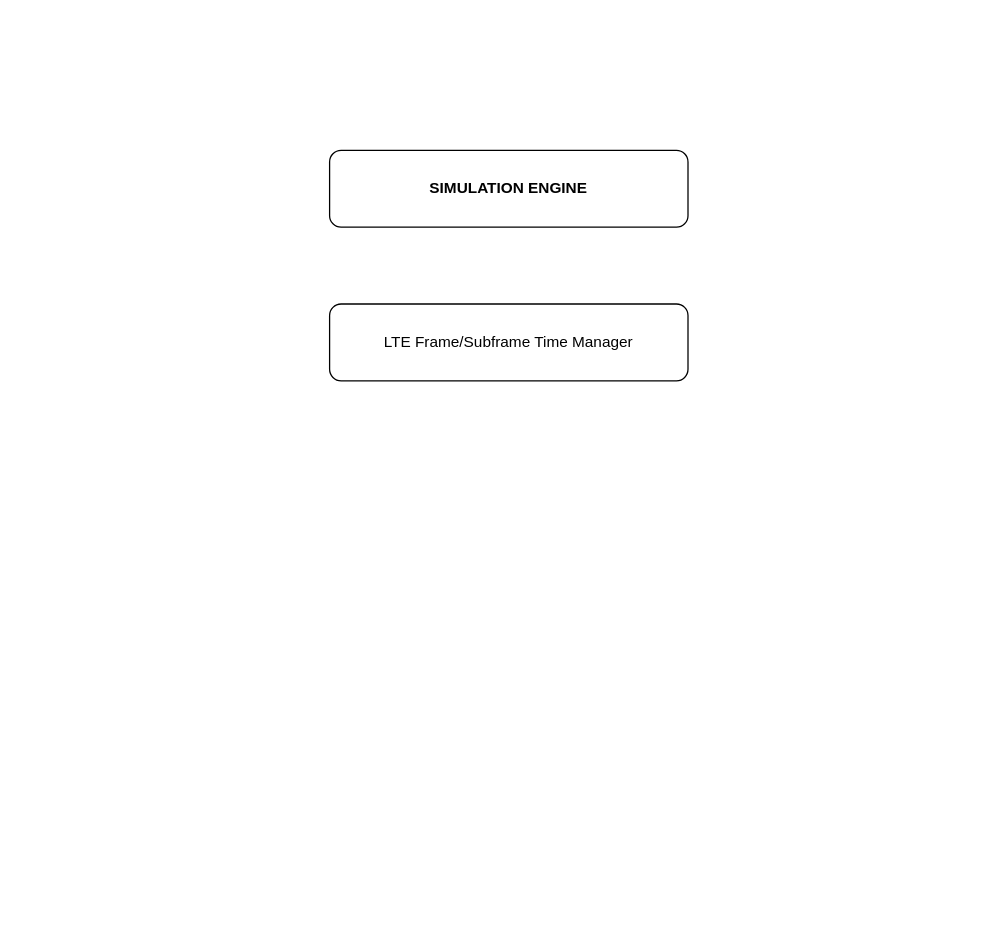
Above: Untitled Diagram.drawio in Graduation-Project-VHT/Diagrams (draw.io), before the change. Source tidied: cells renumbered, new cells numbered last; positions are measured from the earlier drawing's top-left corner, leaving out a move shared by most shapes. Both pictures are drawn from the tidied source at 128%, with x=0, y=0 at pixel (329, 150).
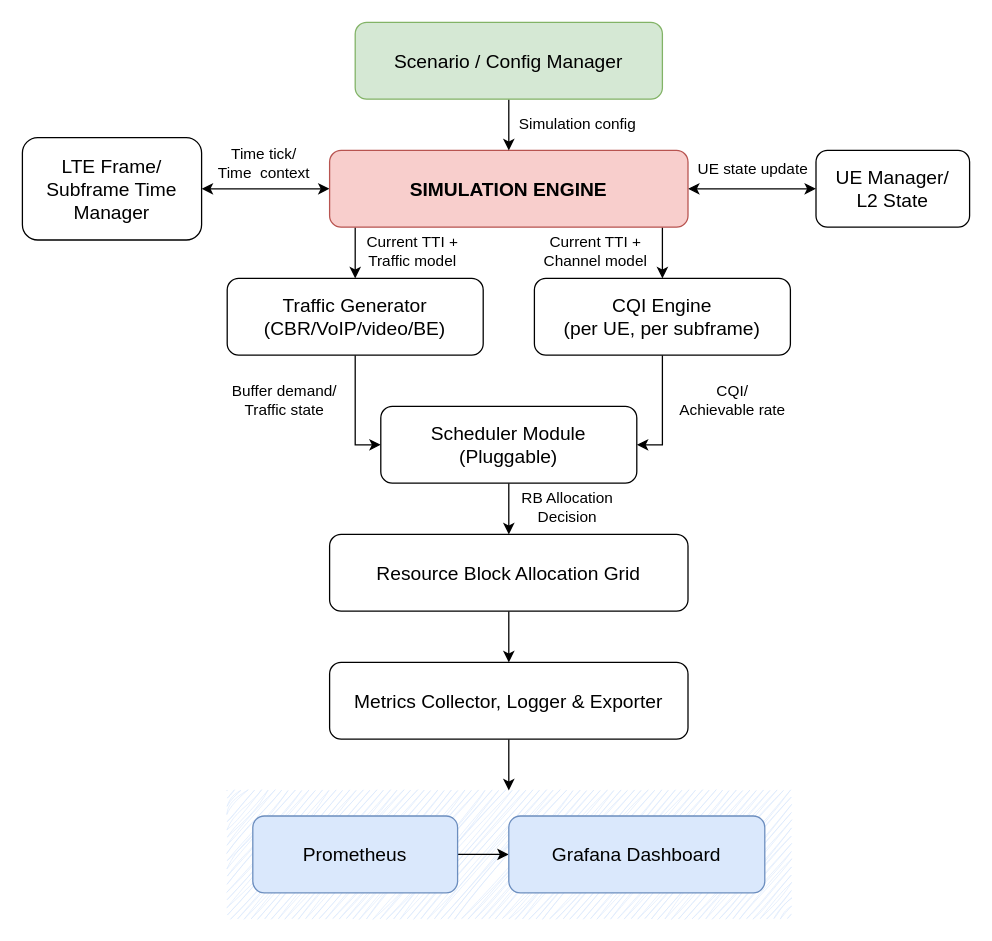
The same page after the edit.

What changed in the source:
```diff
@@
+    <mxCell id="4" style="rounded=0;whiteSpace=wrap;html=1;fillColor=#dae8fc;strokeColor=none;gradientColor=none;glass=0;sketch=1;curveFitting=1;jiggle=2;" parent="1" vertex="1">
+      <mxGeometry x="-80" y="500" width="440" height="100" as="geometry" />
+    </mxCell>
+    <mxCell id="5" style="edgeStyle=orthogonalEdgeStyle;rounded=0;jettySize=auto;html=1;startArrow=classic;startFill=1;" parent="1" edge="1" source="2" target="3">
+      <mxGeometry relative="1" as="geometry" />
+    </mxCell>
+    <mxCell id="6" style="edgeStyle=orthogonalEdgeStyle;rounded=0;jettySize=auto;html=1;startArrow=classic;startFill=1;" parent="1" edge="1" source="2" target="9">
+      <mxGeometry relative="1" as="geometry" />
+    </mxCell>
+    <mxCell id="7" style="edgeStyle=orthogonalEdgeStyle;rounded=0;jettySize=auto;html=1;entryX=0.5;entryY=0;entryDx=0;entryDy=0;" parent="1" edge="1" source="2" target="11">
+      <mxGeometry relative="1" as="geometry">
+        <Array as="points">
+          <mxPoint x="20" y="80" />
+          <mxPoint x="20" y="80" />
+        </Array>
+      </mxGeometry>
+    </mxCell>
+    <mxCell id="8" style="edgeStyle=orthogonalEdgeStyle;rounded=0;jettySize=auto;html=1;entryX=0.5;entryY=0;entryDx=0;entryDy=0;" parent="1" edge="1" source="2" target="13">
+      <mxGeometry relative="1" as="geometry">
+        <Array as="points">
+          <mxPoint x="260" y="70" />
+          <mxPoint x="260" y="70" />
+        </Array>
+      </mxGeometry>
+    </mxCell>
-    <mxCell id="2" value="&lt;b&gt;SIMULATION ENGINE&lt;/b&gt;" style="rounded=1;whiteSpace=wrap;html=1;" parent="1" vertex="1">
+    <mxCell id="2" value="&lt;b&gt;SIMULATION ENGINE&lt;/b&gt;" style="rounded=1;whiteSpace=wrap;html=1;fontSize=15;fillColor=#f8cecc;strokeColor=#b85450;" parent="1" vertex="1">
       <mxGeometry width="280" height="60" as="geometry" />
     </mxCell>
-    <mxCell id="3" value="LTE Frame/Subframe Time Manager" style="rounded=1;whiteSpace=wrap;html=1;" parent="1" vertex="1">
-      <mxGeometry y="120" width="280" height="60" as="geometry" />
+    <mxCell id="3" value="LTE Frame/&lt;br&gt;Subframe Time Manager" style="rounded=1;whiteSpace=wrap;html=1;fontSize=15;" parent="1" vertex="1">
+      <mxGeometry x="-240" y="-10" width="140" height="80" as="geometry" />
     </mxCell>
+    <mxCell id="9" value="UE Manager/&lt;div&gt;L2 State&lt;/div&gt;" style="rounded=1;whiteSpace=wrap;html=1;fontSize=15;" parent="1" vertex="1">
+      <mxGeometry x="380" width="120" height="60" as="geometry" />
+    </mxCell>
+    <mxCell id="10" style="edgeStyle=orthogonalEdgeStyle;rounded=0;jettySize=auto;html=1;entryX=0;entryY=0.5;entryDx=0;entryDy=0;" parent="1" edge="1" source="11" target="15">
+      <mxGeometry relative="1" as="geometry" />
+    </mxCell>
+    <mxCell id="11" value="Traffic Generator&lt;br&gt;(CBR/VoIP/video/BE)" style="rounded=1;whiteSpace=wrap;html=1;fontSize=15;" parent="1" vertex="1">
+      <mxGeometry x="-80" y="100" width="200" height="60" as="geometry" />
+    </mxCell>
+    <mxCell id="12" style="edgeStyle=orthogonalEdgeStyle;rounded=0;jettySize=auto;html=1;entryX=1;entryY=0.5;entryDx=0;entryDy=0;" parent="1" edge="1" source="13" target="15">
+      <mxGeometry relative="1" as="geometry" />
+    </mxCell>
+    <mxCell id="13" value="CQI Engine&lt;br&gt;(per UE, per subframe)" style="rounded=1;whiteSpace=wrap;html=1;fontSize=15;" parent="1" vertex="1">
+      <mxGeometry x="160" y="100" width="200" height="60" as="geometry" />
+    </mxCell>
+    <mxCell id="14" style="edgeStyle=orthogonalEdgeStyle;rounded=0;jettySize=auto;html=1;" parent="1" edge="1" source="15" target="17">
+      <mxGeometry relative="1" as="geometry" />
+    </mxCell>
+    <mxCell id="15" value="Scheduler Module&lt;br&gt;(Pluggable)" style="rounded=1;whiteSpace=wrap;html=1;fontSize=15;" parent="1" vertex="1">
+      <mxGeometry x="40" y="200" width="200" height="60" as="geometry" />
+    </mxCell>
+    <mxCell id="16" style="edgeStyle=orthogonalEdgeStyle;rounded=0;jettySize=auto;html=1;" parent="1" edge="1" source="17" target="19">
+      <mxGeometry relative="1" as="geometry" />
+    </mxCell>
+    <mxCell id="17" value="Resource Block Allocation Grid" style="rounded=1;whiteSpace=wrap;html=1;fontSize=15;" parent="1" vertex="1">
+      <mxGeometry y="300" width="280" height="60" as="geometry" />
+    </mxCell>
+    <mxCell id="18" style="edgeStyle=orthogonalEdgeStyle;rounded=0;jettySize=auto;html=1;entryX=0.5;entryY=0;entryDx=0;entryDy=0;" parent="1" edge="1" source="19" target="4">
+      <mxGeometry relative="1" as="geometry" />
+    </mxCell>
+    <mxCell id="19" value="Metrics Collector, Logger &amp;amp; Exporter" style="rounded=1;whiteSpace=wrap;html=1;fontSize=15;" parent="1" vertex="1">
+      <mxGeometry y="400" width="280" height="60" as="geometry" />
+    </mxCell>
+    <mxCell id="20" style="edgeStyle=orthogonalEdgeStyle;rounded=0;jettySize=auto;html=1;entryX=0;entryY=0.5;entryDx=0;entryDy=0;" parent="1" edge="1" source="21" target="22">
+      <mxGeometry relative="1" as="geometry" />
+    </mxCell>
+    <mxCell id="21" value="Prometheus" style="rounded=1;whiteSpace=wrap;html=1;fontSize=15;fillColor=#dae8fc;strokeColor=#6c8ebf;" parent="1" vertex="1">
+      <mxGeometry x="-60" y="520" width="160" height="60" as="geometry" />
+    </mxCell>
+    <mxCell id="22" value="Grafana Dashboard" style="rounded=1;whiteSpace=wrap;html=1;fontSize=15;fillColor=#dae8fc;strokeColor=#6c8ebf;" parent="1" vertex="1">
+      <mxGeometry x="140" y="520" width="200" height="60" as="geometry" />
+    </mxCell>
+    <mxCell id="23" style="edgeStyle=orthogonalEdgeStyle;rounded=0;jettySize=auto;html=1;" parent="1" edge="1" source="24" target="2">
+      <mxGeometry relative="1" as="geometry" />
+    </mxCell>
+    <mxCell id="24" value="Scenario / Config Manager" style="rounded=1;whiteSpace=wrap;html=1;fontSize=15;fillColor=#d5e8d4;strokeColor=#82b366;" parent="1" vertex="1">
+      <mxGeometry x="20" y="-100" width="240" height="60" as="geometry" />
+    </mxCell>
+    <mxCell id="25" value="Simulation config" style="text;html=1;whiteSpace=wrap;strokeColor=none;fillColor=none;align=center;verticalAlign=middle;rounded=0;" parent="1" vertex="1">
+      <mxGeometry x="140" y="-35" width="108" height="30" as="geometry" />
+    </mxCell>
+    <mxCell id="26" value="Time tick/&lt;br&gt;Time&amp;nbsp; context" style="text;html=1;whiteSpace=wrap;strokeColor=none;fillColor=none;align=center;verticalAlign=middle;rounded=0;" parent="1" vertex="1">
+      <mxGeometry x="-90" y="-5" width="78" height="30" as="geometry" />
+    </mxCell>
+    <mxCell id="27" value="UE state update" style="text;html=1;whiteSpace=wrap;strokeColor=none;fillColor=none;align=center;verticalAlign=middle;rounded=0;" parent="1" vertex="1">
+      <mxGeometry x="277" width="108" height="30" as="geometry" />
+    </mxCell>
+    <mxCell id="28" value="Current TTI + Traffic model" style="text;html=1;whiteSpace=wrap;strokeColor=none;fillColor=none;align=center;verticalAlign=middle;rounded=0;" parent="1" vertex="1">
+      <mxGeometry x="20" y="64" width="90" height="30" as="geometry" />
+    </mxCell>
+    <mxCell id="29" value="Current TTI + Channel model" style="text;html=1;whiteSpace=wrap;strokeColor=none;fillColor=none;align=center;verticalAlign=middle;rounded=0;" parent="1" vertex="1">
+      <mxGeometry x="163" y="64" width="90" height="30" as="geometry" />
+    </mxCell>
+    <mxCell id="30" value="Buffer demand/&lt;br&gt;Traffic state" style="text;html=1;whiteSpace=wrap;strokeColor=none;fillColor=none;align=center;verticalAlign=middle;rounded=0;" parent="1" vertex="1">
+      <mxGeometry x="-80" y="180" width="90" height="30" as="geometry" />
+    </mxCell>
+    <mxCell id="31" value="CQI/&lt;br&gt;Achievable rate" style="text;html=1;whiteSpace=wrap;strokeColor=none;fillColor=none;align=center;verticalAlign=middle;rounded=0;" parent="1" vertex="1">
+      <mxGeometry x="270" y="180" width="90" height="30" as="geometry" />
+    </mxCell>
+    <mxCell id="32" value="RB Allocation Decision" style="text;html=1;whiteSpace=wrap;strokeColor=none;fillColor=none;align=center;verticalAlign=middle;rounded=0;" parent="1" vertex="1">
+      <mxGeometry x="141" y="264" width="90" height="30" as="geometry" />
+    </mxCell>
```
